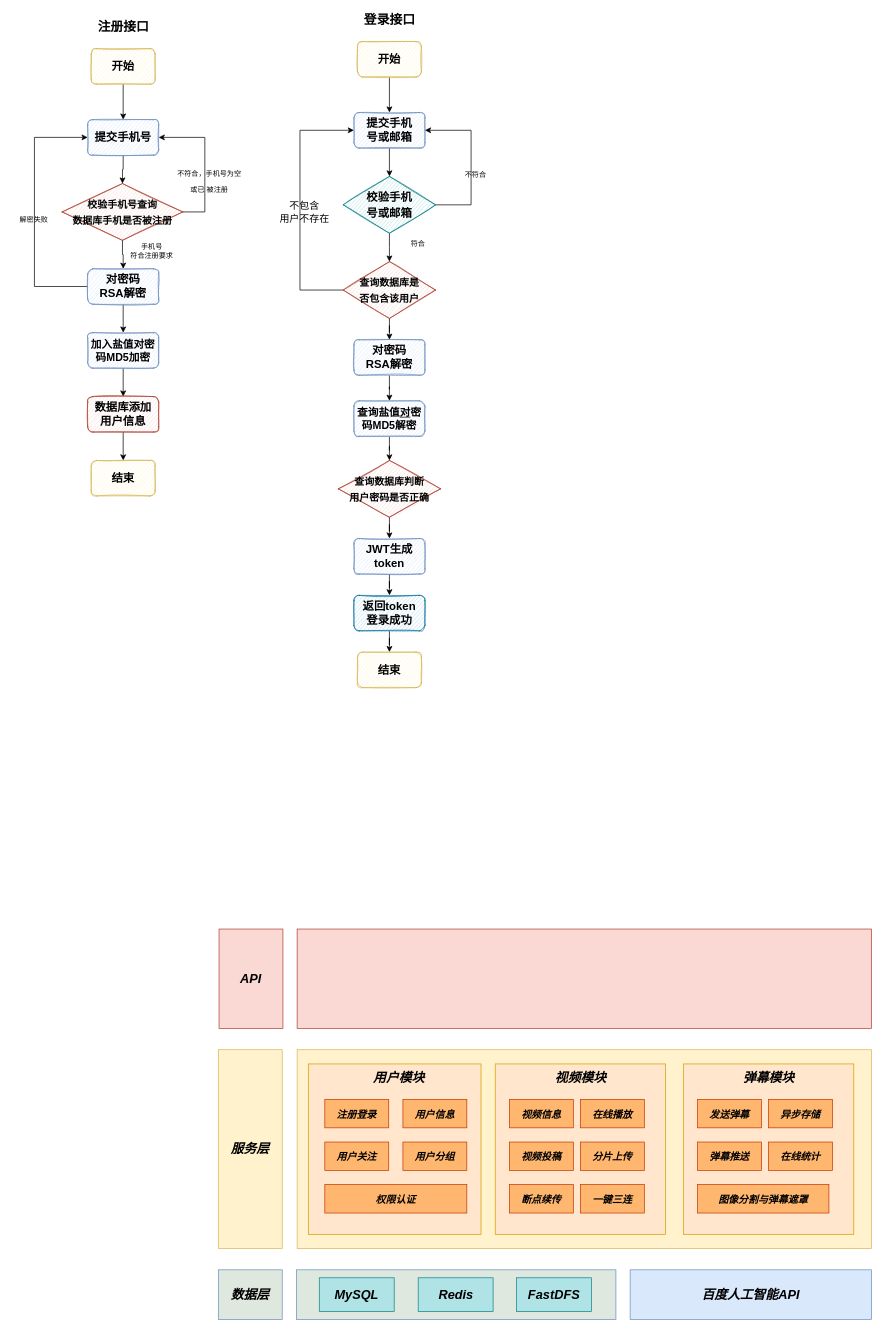
Above: bilibili.drawio in Bukayoooo/Draws (draw.io), before the change. Source tidied: cells renumbered, new cells numbered last; positions are measured from the earlier drawing's top-left corner, leaving out a move shared by most shapes. Both pictures are drawn from the tidied source at 71%, with x=0, y=0 at pixel (12, 13).
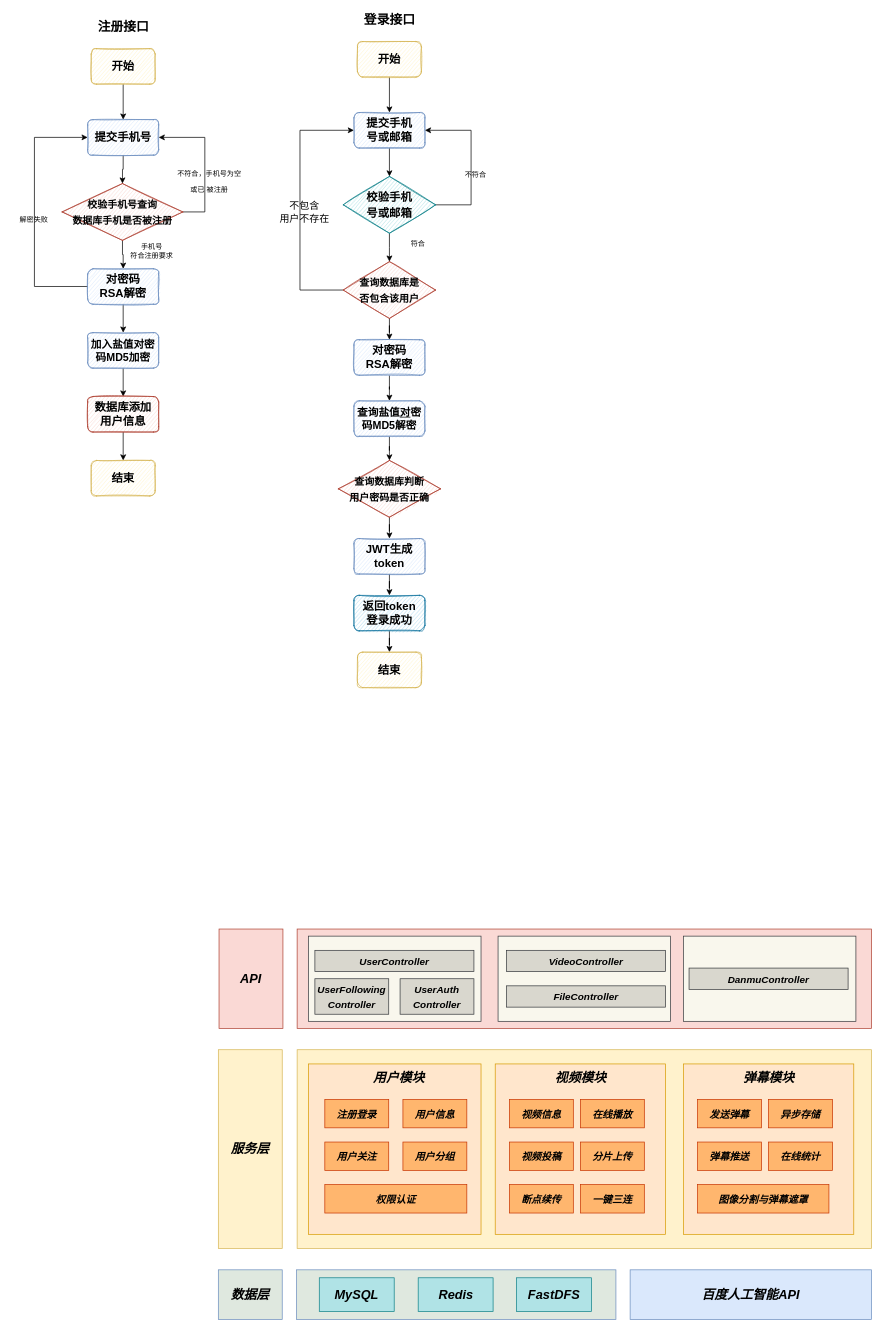
The same page after the edit.

What changed in the source:
```diff
@@
+    <mxCell id="78" style="rounded=0;whiteSpace=wrap;html=1;shadow=0;glass=0;sketch=0;fontSize=18;fillColor=#f9f7ed;strokeColor=#36393d;" parent="1" vertex="1">
+      <mxGeometry x="417" y="1300" width="243" height="120" as="geometry" />
+    </mxCell>
+    <mxCell id="79" value="&lt;b&gt;&lt;i&gt;&lt;font style=&quot;font-size: 14px;&quot;&gt;UserController&lt;/font&gt;&lt;/i&gt;&lt;/b&gt;" style="rounded=0;whiteSpace=wrap;html=1;shadow=0;glass=0;sketch=0;fontSize=18;strokeColor=#36393d;fillColor=#D9D7CE;" parent="1" vertex="1">
+      <mxGeometry x="426" y="1320" width="224" height="30" as="geometry" />
+    </mxCell>
+    <mxCell id="80" value="&lt;b&gt;&lt;i&gt;&lt;font style=&quot;font-size: 14px;&quot;&gt;UserFollowing&lt;br&gt;Controller&lt;/font&gt;&lt;/i&gt;&lt;/b&gt;" style="rounded=0;whiteSpace=wrap;html=1;shadow=0;glass=0;sketch=0;fontSize=18;strokeColor=#36393d;fillColor=#D9D7CE;" parent="1" vertex="1">
+      <mxGeometry x="426" y="1360" width="104" height="50" as="geometry" />
+    </mxCell>
+    <mxCell id="81" value="&lt;b&gt;&lt;i&gt;&lt;font style=&quot;font-size: 14px;&quot;&gt;UserAuth&lt;br&gt;Controller&lt;/font&gt;&lt;/i&gt;&lt;/b&gt;" style="rounded=0;whiteSpace=wrap;html=1;shadow=0;glass=0;sketch=0;fontSize=18;strokeColor=#36393d;fillColor=#D9D7CE;" parent="1" vertex="1">
+      <mxGeometry x="546" y="1360" width="104" height="50" as="geometry" />
+    </mxCell>
+    <mxCell id="82" style="rounded=0;whiteSpace=wrap;html=1;shadow=0;glass=0;sketch=0;fontSize=18;fillColor=#f9f7ed;strokeColor=#36393d;" parent="1" vertex="1">
+      <mxGeometry x="684" y="1300" width="243" height="120" as="geometry" />
+    </mxCell>
+    <mxCell id="83" value="&lt;b&gt;&lt;i&gt;&lt;font style=&quot;font-size: 14px;&quot;&gt;VideoController&lt;/font&gt;&lt;/i&gt;&lt;/b&gt;" style="rounded=0;whiteSpace=wrap;html=1;shadow=0;glass=0;sketch=0;fontSize=18;strokeColor=#36393d;fillColor=#D9D7CE;" parent="1" vertex="1">
+      <mxGeometry x="696" y="1320" width="224" height="30" as="geometry" />
+    </mxCell>
+    <mxCell id="84" value="&lt;b&gt;&lt;i&gt;&lt;font style=&quot;font-size: 14px;&quot;&gt;FileController&lt;/font&gt;&lt;/i&gt;&lt;/b&gt;" style="rounded=0;whiteSpace=wrap;html=1;shadow=0;glass=0;sketch=0;fontSize=18;strokeColor=#36393d;fillColor=#D9D7CE;" parent="1" vertex="1">
+      <mxGeometry x="696" y="1370" width="224" height="30" as="geometry" />
+    </mxCell>
+    <mxCell id="85" style="rounded=0;whiteSpace=wrap;html=1;shadow=0;glass=0;sketch=0;fontSize=18;fillColor=#f9f7ed;strokeColor=#36393d;" parent="1" vertex="1">
+      <mxGeometry x="945" y="1300" width="243" height="120" as="geometry" />
+    </mxCell>
+    <mxCell id="86" value="&lt;b&gt;&lt;i&gt;&lt;font style=&quot;font-size: 14px;&quot;&gt;DanmuController&lt;/font&gt;&lt;/i&gt;&lt;/b&gt;" style="rounded=0;whiteSpace=wrap;html=1;shadow=0;glass=0;sketch=0;fontSize=18;strokeColor=#36393d;fillColor=#D9D7CE;" parent="1" vertex="1">
+      <mxGeometry x="953" y="1345" width="224" height="30" as="geometry" />
+    </mxCell>
```
